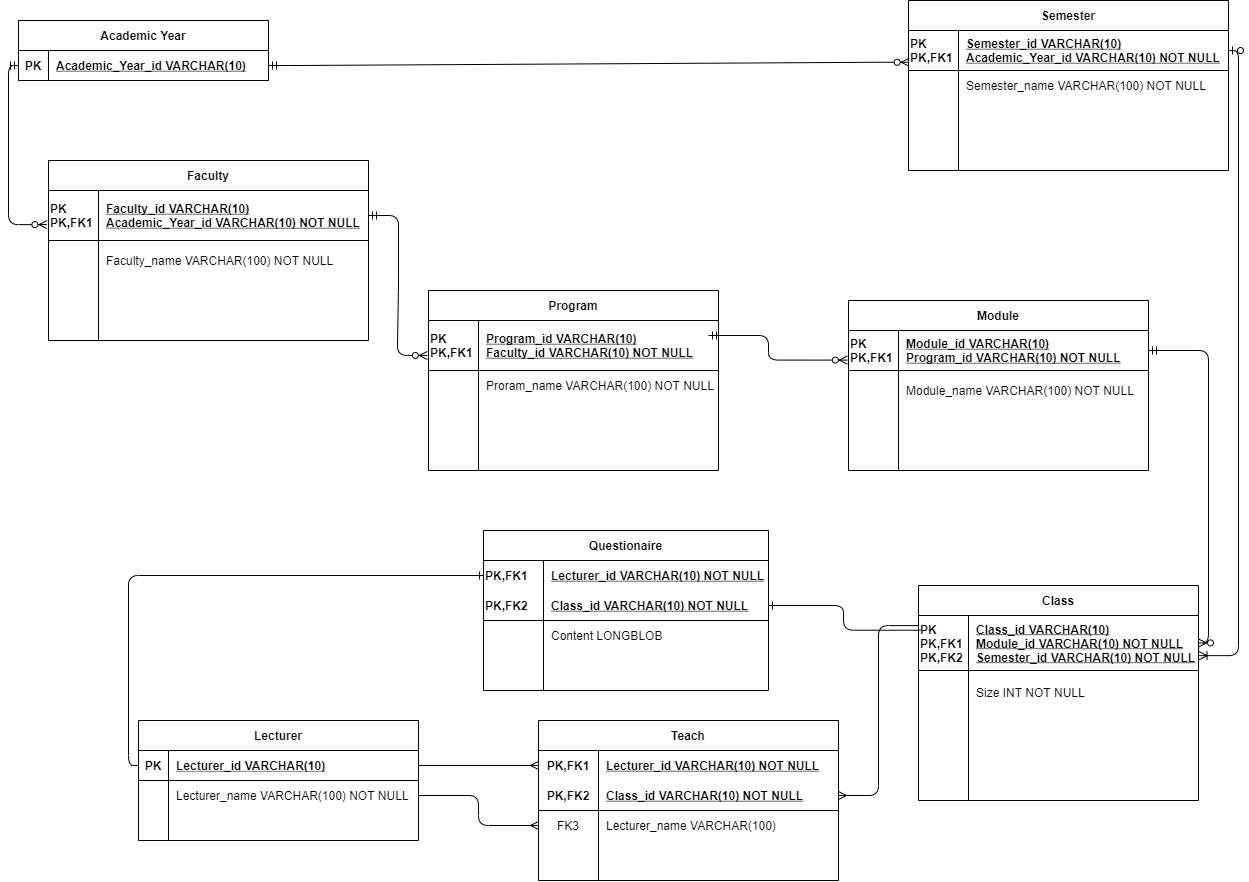
Before: database/RelationalSchema/RelationalSchema.png, a diagram exported from draw.io (QuanTran4139/VGU-Exercise-6). Source tidied: cells renumbered, new cells last; positions are measured from the earlier drawing's top-left corner, leaving out a move shared by most shapes.
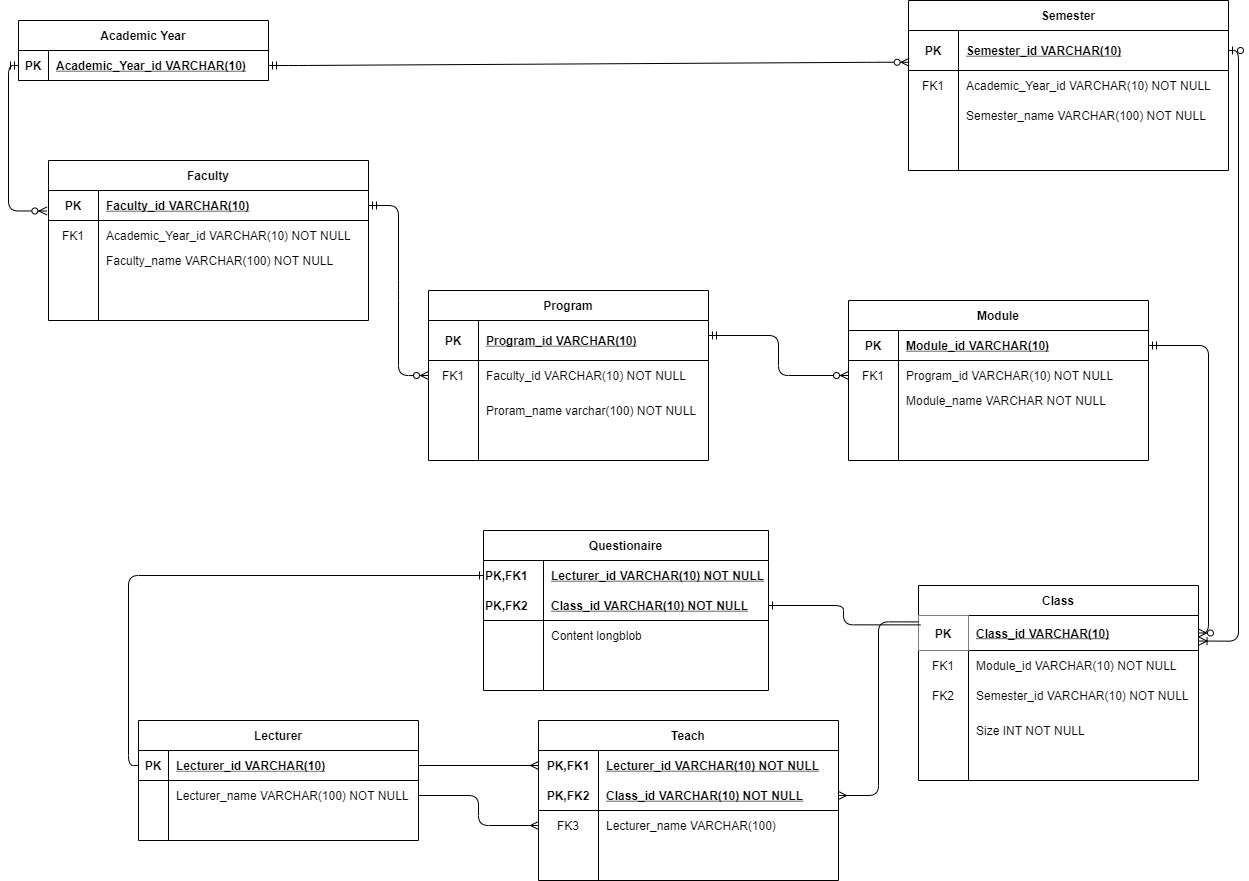
The same diagram one commit later.

Commit message:
UPDATE DatabaseSchema,ERD,RelSchema,test dataset

What changed in the source:
```diff
@@ -17,23 +17,23 @@
     <mxCell id="6" value="Faculty" style="shape=table;startSize=30;rowLines=0;fontStyle=1;align=center;" parent="1" vertex="1">
-      <mxGeometry x="30" y="160" width="320" height="180" as="geometry" />
+      <mxGeometry x="30" y="160" width="320" height="160" as="geometry" />
     </mxCell>
     <mxCell id="7" style="shape=partialRectangle;fillColor=none;points=[[0,0.5],[1,0.5]];portConstraint=eastwest;top=0;left=0;right=0;bottom=1;" parent="6" vertex="1">
-      <mxGeometry y="30" width="320" height="50" as="geometry" />
+      <mxGeometry y="30" width="320" height="30" as="geometry" />
     </mxCell>
-    <mxCell id="8" value="PK&#10;PK,FK1" style="shape=partialRectangle;overflow=hidden;fillColor=none;top=0;left=0;bottom=0;right=0;fontStyle=1;align=left;" parent="7" vertex="1">
-      <mxGeometry width="50" height="50" as="geometry" />
+    <mxCell id="8" value="PK" style="shape=partialRectangle;overflow=hidden;fillColor=none;top=0;left=0;bottom=0;right=0;fontStyle=1;align=center;" parent="7" vertex="1">
+      <mxGeometry width="50" height="30" as="geometry" />
     </mxCell>
-    <mxCell id="9" value="Faculty_id VARCHAR(10)&#10;Academic_Year_id VARCHAR(10) NOT NULL" style="shape=partialRectangle;overflow=hidden;fillColor=none;top=0;left=0;bottom=0;right=0;align=left;spacingLeft=6;fontStyle=5;" parent="7" vertex="1">
-      <mxGeometry x="50" width="270" height="50" as="geometry" />
+    <mxCell id="9" value="Faculty_id VARCHAR(10)" style="shape=partialRectangle;overflow=hidden;fillColor=none;top=0;left=0;bottom=0;right=0;align=left;spacingLeft=6;fontStyle=5;" parent="7" vertex="1">
+      <mxGeometry x="50" width="270" height="30" as="geometry" />
     </mxCell>
     <mxCell id="10" style="shape=partialRectangle;fillColor=none;top=0;left=0;right=0;bottom=0;" parent="6" vertex="1">
-      <mxGeometry y="80" width="320" height="30" as="geometry" />
+      <mxGeometry y="60" width="320" height="30" as="geometry" />
     </mxCell>
-    <mxCell id="11" style="shape=partialRectangle;overflow=hidden;fillColor=none;top=0;left=0;bottom=0;right=0;align=center;" parent="10" vertex="1">
+    <mxCell id="11" value="FK1" style="shape=partialRectangle;overflow=hidden;fillColor=none;top=0;left=0;bottom=0;right=0;align=center;" parent="10" vertex="1">
       <mxGeometry width="50" height="30" as="geometry" />
     </mxCell>
-    <mxCell id="12" style="shape=partialRectangle;overflow=hidden;fillColor=none;top=0;left=0;bottom=0;right=0;align=left;spacingLeft=6;" parent="10" vertex="1">
+    <mxCell id="12" value="Academic_Year_id VARCHAR(10) NOT NULL" style="shape=partialRectangle;overflow=hidden;fillColor=none;top=0;left=0;bottom=0;right=0;align=left;spacingLeft=6;" parent="10" vertex="1">
       <mxGeometry x="50" width="270" height="30" as="geometry" />
     </mxCell>
-    <mxCell id="13" value="Faculty_name VARCHAR(100)&amp;nbsp;NOT NULL" style="text;html=1;align=left;verticalAlign=middle;spacingLeft=6;" parent="1" vertex="1">
+    <mxCell id="13" value="Faculty_name VARCHAR(100) NOT NULL" style="text;html=1;align=left;verticalAlign=middle;spacingLeft=6;" parent="1" vertex="1">
       <mxGeometry x="80" y="250" width="250" height="20" as="geometry" />
@@ -44,26 +44,26 @@
     <mxCell id="15" value="Program" style="shape=table;startSize=30;rowLines=0;fontStyle=1;align=center;" parent="1" vertex="1">
-      <mxGeometry x="410" y="290" width="290" height="180" as="geometry" />
+      <mxGeometry x="410" y="290" width="280" height="170" as="geometry" />
     </mxCell>
     <mxCell id="16" style="shape=partialRectangle;fillColor=none;points=[[0,0.5],[1,0.5]];portConstraint=eastwest;top=0;left=0;right=0;bottom=1;" parent="15" vertex="1">
-      <mxGeometry y="30" width="290" height="50" as="geometry" />
+      <mxGeometry y="30" width="280" height="40" as="geometry" />
     </mxCell>
-    <mxCell id="17" value="PK&#10;PK,FK1" style="shape=partialRectangle;overflow=hidden;fillColor=none;top=0;left=0;bottom=0;right=0;fontStyle=1;align=left;" parent="16" vertex="1">
-      <mxGeometry width="50" height="50" as="geometry" />
+    <mxCell id="17" value="PK" style="shape=partialRectangle;overflow=hidden;fillColor=none;top=0;left=0;bottom=0;right=0;fontStyle=1;align=center;" parent="16" vertex="1">
+      <mxGeometry width="50" height="40" as="geometry" />
     </mxCell>
-    <mxCell id="18" value="Program_id VARCHAR(10)&#10;Faculty_id VARCHAR(10) NOT NULL" style="shape=partialRectangle;overflow=hidden;fillColor=none;top=0;left=0;bottom=0;right=0;align=left;spacingLeft=6;fontStyle=5;" parent="16" vertex="1">
-      <mxGeometry x="50" width="240" height="50" as="geometry" />
+    <mxCell id="18" value="Program_id VARCHAR(10)" style="shape=partialRectangle;overflow=hidden;fillColor=none;top=0;left=0;bottom=0;right=0;align=left;spacingLeft=6;fontStyle=5;" parent="16" vertex="1">
+      <mxGeometry x="50" width="230" height="40" as="geometry" />
     </mxCell>
     <mxCell id="19" style="shape=partialRectangle;fillColor=none;points=[[0,0.5],[1,0.5]];portConstraint=eastwest;top=0;left=0;right=0;bottom=0;" parent="15" vertex="1">
-      <mxGeometry y="80" width="290" height="30" as="geometry" />
+      <mxGeometry y="70" width="280" height="30" as="geometry" />
     </mxCell>
-    <mxCell id="20" style="shape=partialRectangle;overflow=hidden;fillColor=none;top=0;left=0;bottom=0;right=0;" parent="19" vertex="1">
+    <mxCell id="20" value="FK1" style="shape=partialRectangle;overflow=hidden;fillColor=none;top=0;left=0;bottom=0;right=0;" parent="19" vertex="1">
       <mxGeometry width="50" height="30" as="geometry" />
     </mxCell>
-    <mxCell id="21" style="shape=partialRectangle;overflow=hidden;fillColor=none;top=0;left=0;bottom=0;right=0;align=left;spacingLeft=6;" parent="19" vertex="1">
-      <mxGeometry x="50" width="240" height="30" as="geometry" />
+    <mxCell id="21" value="Faculty_id VARCHAR(10) NOT NULL" style="shape=partialRectangle;overflow=hidden;fillColor=none;top=0;left=0;bottom=0;right=0;align=left;spacingLeft=6;" parent="19" vertex="1">
+      <mxGeometry x="50" width="230" height="30" as="geometry" />
     </mxCell>
-    <mxCell id="22" value="Proram_name VARCHAR(100)&amp;nbsp;NOT NULL" style="text;html=1;align=left;verticalAlign=middle;spacingLeft=6;" parent="1" vertex="1">
-      <mxGeometry x="460" y="375" width="250" height="20" as="geometry" />
+    <mxCell id="22" value="Proram_name varchar(100) NOT NULL" style="text;html=1;align=left;verticalAlign=middle;spacingLeft=6;" parent="1" vertex="1">
+      <mxGeometry x="460" y="400" width="230" height="20" as="geometry" />
     </mxCell>
-    <mxCell id="23" style="edgeStyle=entityRelationEdgeStyle;fontSize=12;html=1;endArrow=ERzeroToMany;startArrow=ERmandOne;exitX=1;exitY=0.5;exitDx=0;exitDy=0;entryX=-0.004;entryY=0.699;entryDx=0;entryDy=0;entryPerimeter=0;" parent="1" edge="1" source="7" target="16">
+    <mxCell id="23" style="edgeStyle=entityRelationEdgeStyle;fontSize=12;html=1;endArrow=ERzeroToMany;startArrow=ERmandOne;exitX=1;exitY=0.5;exitDx=0;exitDy=0;entryX=0;entryY=0.5;entryDx=0;entryDy=0;" parent="1" edge="1" source="7" target="19">
       <mxGeometry relative="1" as="geometry" />
@@ -71,26 +71,26 @@
     <mxCell id="24" value="Module" style="shape=table;startSize=30;rowLines=0;fontStyle=1;align=center;" parent="1" vertex="1">
-      <mxGeometry x="830" y="300" width="300" height="170" as="geometry" />
+      <mxGeometry x="830" y="300" width="300" height="160" as="geometry" />
     </mxCell>
     <mxCell id="25" style="shape=partialRectangle;fillColor=none;points=[[0,0.5],[1,0.5]];portConstraint=eastwest;top=0;left=0;right=0;bottom=1;" parent="24" vertex="1">
-      <mxGeometry y="30" width="300" height="40" as="geometry" />
+      <mxGeometry y="30" width="300" height="30" as="geometry" />
     </mxCell>
-    <mxCell id="26" value="PK&#10;PK,FK1" style="shape=partialRectangle;overflow=hidden;fillColor=none;top=0;left=0;bottom=0;right=0;fontStyle=1;align=left;spacingTop=0;" parent="25" vertex="1">
-      <mxGeometry width="50" height="40" as="geometry" />
+    <mxCell id="26" value="PK" style="shape=partialRectangle;overflow=hidden;fillColor=none;top=0;left=0;bottom=0;right=0;fontStyle=1;align=center;spacingTop=0;" parent="25" vertex="1">
+      <mxGeometry width="50" height="30" as="geometry" />
     </mxCell>
-    <mxCell id="27" value="Module_id VARCHAR(10)&#10;Program_id VARCHAR(10) NOT NULL" style="shape=partialRectangle;overflow=hidden;fillColor=none;top=0;left=0;bottom=0;right=0;align=left;spacingLeft=6;fontStyle=5;" parent="25" vertex="1">
-      <mxGeometry x="50" width="250" height="40" as="geometry" />
+    <mxCell id="27" value="Module_id VARCHAR(10)" style="shape=partialRectangle;overflow=hidden;fillColor=none;top=0;left=0;bottom=0;right=0;align=left;spacingLeft=6;fontStyle=5;" parent="25" vertex="1">
+      <mxGeometry x="50" width="250" height="30" as="geometry" />
     </mxCell>
     <mxCell id="28" style="shape=partialRectangle;fillColor=none;points=[[0,0.5],[1,0.5]];portConstraint=eastwest;top=0;left=0;right=0;bottom=0;" parent="24" vertex="1">
-      <mxGeometry y="70" width="300" height="30" as="geometry" />
+      <mxGeometry y="60" width="300" height="30" as="geometry" />
     </mxCell>
-    <mxCell id="29" style="shape=partialRectangle;overflow=hidden;fillColor=none;top=0;left=0;bottom=0;right=0;" parent="28" vertex="1">
+    <mxCell id="29" value="FK1" style="shape=partialRectangle;overflow=hidden;fillColor=none;top=0;left=0;bottom=0;right=0;" parent="28" vertex="1">
       <mxGeometry width="50" height="30" as="geometry" />
     </mxCell>
-    <mxCell id="30" style="shape=partialRectangle;overflow=hidden;fillColor=none;top=0;left=0;bottom=0;right=0;align=left;spacingLeft=6;" parent="28" vertex="1">
+    <mxCell id="30" value="Program_id VARCHAR(10) NOT NULL" style="shape=partialRectangle;overflow=hidden;fillColor=none;top=0;left=0;bottom=0;right=0;align=left;spacingLeft=6;verticalAlign=middle;" parent="28" vertex="1">
       <mxGeometry x="50" width="250" height="30" as="geometry" />
     </mxCell>
-    <mxCell id="31" value="Module_name VARCHAR(100) NOT NULL" style="text;html=1;align=left;verticalAlign=middle;spacingLeft=6;" parent="1" vertex="1">
-      <mxGeometry x="880" y="380" width="250" height="20" as="geometry" />
+    <mxCell id="31" value="Module_name VARCHAR NOT NULL" style="text;html=1;align=left;verticalAlign=middle;spacingLeft=6;" parent="1" vertex="1">
+      <mxGeometry x="880" y="390" width="220" height="20" as="geometry" />
     </mxCell>
-    <mxCell id="32" style="edgeStyle=orthogonalEdgeStyle;fontSize=12;html=1;endArrow=ERzeroToMany;startArrow=ERmandOne;entryX=-0.004;entryY=0.74;entryDx=0;entryDy=0;elbow=vertical;entryPerimeter=0;" parent="1" edge="1" target="25">
+    <mxCell id="32" style="edgeStyle=orthogonalEdgeStyle;fontSize=12;html=1;endArrow=ERzeroToMany;startArrow=ERmandOne;entryX=0;entryY=0.5;entryDx=0;entryDy=0;elbow=vertical;" parent="1" edge="1" target="28">
       <mxGeometry relative="1" as="geometry">
@@ -98,4 +98,4 @@
         <Array as="points">
-          <mxPoint x="750" y="335" />
-          <mxPoint x="750" y="360" />
+          <mxPoint x="760" y="335" />
+          <mxPoint x="760" y="375" />
         </Array>
@@ -104,20 +104,20 @@
     <mxCell id="33" value="Class" style="shape=table;startSize=30;rowLines=0;fontStyle=1;align=center;" parent="1" vertex="1">
-      <mxGeometry x="900" y="585" width="280" height="215" as="geometry" />
+      <mxGeometry x="900" y="585" width="280" height="195" as="geometry" />
     </mxCell>
     <mxCell id="34" style="shape=partialRectangle;fillColor=none;points=[[0,0.5],[1,0.5]];portConstraint=eastwest;top=0;left=0;right=0;bottom=1;" parent="33" vertex="1">
-      <mxGeometry y="30" width="280" height="55" as="geometry" />
+      <mxGeometry y="30" width="280" height="35" as="geometry" />
     </mxCell>
-    <mxCell id="35" value="PK&#10;PK,FK1&#10;PK,FK2" style="shape=partialRectangle;overflow=hidden;fillColor=none;top=0;left=0;bottom=0;right=0;fontStyle=1;align=left;" parent="34" vertex="1">
-      <mxGeometry width="50" height="55" as="geometry" />
+    <mxCell id="35" value="PK" style="shape=partialRectangle;overflow=hidden;top=0;left=0;bottom=0;right=0;fontStyle=1;align=center;" parent="34" vertex="1">
+      <mxGeometry width="50" height="35" as="geometry" />
     </mxCell>
-    <mxCell id="36" value="Class_id VARCHAR(10)&#10;Module_id VARCHAR(10) NOT NULL&#10;Semester_id VARCHAR(10) NOT NULL" style="shape=partialRectangle;overflow=hidden;fillColor=none;top=0;left=0;bottom=0;right=0;align=left;spacingLeft=6;fontStyle=5;" parent="34" vertex="1">
-      <mxGeometry x="50" width="230" height="55" as="geometry" />
+    <mxCell id="36" value="Class_id VARCHAR(10)" style="shape=partialRectangle;overflow=hidden;fillColor=none;top=0;left=0;bottom=0;right=0;align=left;spacingLeft=6;fontStyle=5;" parent="34" vertex="1">
+      <mxGeometry x="50" width="230" height="35" as="geometry" />
     </mxCell>
     <mxCell id="37" style="shape=partialRectangle;fillColor=none;top=0;left=0;right=0;bottom=0;" parent="33" vertex="1">
-      <mxGeometry y="85" width="280" height="30" as="geometry" />
+      <mxGeometry y="65" width="280" height="30" as="geometry" />
     </mxCell>
-    <mxCell id="38" style="shape=partialRectangle;overflow=hidden;fillColor=none;top=0;left=0;bottom=0;right=0;" parent="37" vertex="1">
+    <mxCell id="38" value="FK1" style="shape=partialRectangle;overflow=hidden;fillColor=none;top=0;left=0;bottom=0;right=0;" parent="37" vertex="1">
       <mxGeometry width="50" height="30" as="geometry" />
     </mxCell>
-    <mxCell id="39" style="shape=partialRectangle;overflow=hidden;fillColor=none;top=0;left=0;bottom=0;right=0;align=left;spacingLeft=6;" parent="37" vertex="1">
+    <mxCell id="39" value="Module_id VARCHAR(10) NOT NULL" style="shape=partialRectangle;overflow=hidden;fillColor=none;top=0;left=0;bottom=0;right=0;align=left;spacingLeft=6;" parent="37" vertex="1">
       <mxGeometry x="50" width="230" height="30" as="geometry" />
@@ -125,8 +125,8 @@
     <mxCell id="40" style="shape=partialRectangle;fillColor=none;top=0;left=0;right=0;bottom=0;" parent="33" vertex="1">
-      <mxGeometry y="115" width="280" height="30" as="geometry" />
+      <mxGeometry y="95" width="280" height="30" as="geometry" />
     </mxCell>
-    <mxCell id="41" style="shape=partialRectangle;overflow=hidden;fillColor=none;top=0;left=0;bottom=0;right=0;" parent="40" vertex="1">
+    <mxCell id="41" value="FK2" style="shape=partialRectangle;overflow=hidden;fillColor=none;top=0;left=0;bottom=0;right=0;" parent="40" vertex="1">
       <mxGeometry width="50" height="30" as="geometry" />
     </mxCell>
-    <mxCell id="42" style="shape=partialRectangle;overflow=hidden;fillColor=none;top=0;left=0;bottom=0;right=0;align=left;spacingLeft=6;" parent="40" vertex="1">
+    <mxCell id="42" value="Semester_id VARCHAR(10) NOT NULL" style="shape=partialRectangle;overflow=hidden;fillColor=none;top=0;left=0;bottom=0;right=0;align=left;spacingLeft=6;" parent="40" vertex="1">
       <mxGeometry x="50" width="230" height="30" as="geometry" />
@@ -134,3 +134,3 @@
     <mxCell id="43" value="Size INT NOT NULL" style="text;html=1;align=left;verticalAlign=middle;spacingLeft=6;" parent="1" vertex="1">
-      <mxGeometry x="950" y="682.5" width="130" height="20" as="geometry" />
+      <mxGeometry x="950" y="720" width="130" height="20" as="geometry" />
     </mxCell>
@@ -196,3 +196,3 @@
     </mxCell>
-    <mxCell id="64" value="Lecturer_name VARCHAR(100) NOT NULL" style="shape=partialRectangle;fillColor=none;top=0;left=0;bottom=0;right=0;align=left;spacingLeft=6;overflow=hidden;" parent="62" vertex="1">
+    <mxCell id="64" value="Lecturer_name VARCHAR(100) NOT NULL" style="shape=partialRectangle;fillColor=none;top=0;left=0;bottom=0;right=0;align=left;spacingLeft=6;overflow=hidden;" parent="62" vertex="1">
       <mxGeometry x="30" width="250" height="30" as="geometry" />
@@ -220,10 +220,19 @@
     </mxCell>
-    <mxCell id="72" value="PK&#10;PK,FK1" style="shape=partialRectangle;fillColor=none;top=0;left=0;bottom=0;right=0;fontStyle=1;overflow=hidden;align=left;" parent="71" vertex="1">
+    <mxCell id="72" value="PK" style="shape=partialRectangle;fillColor=none;top=0;left=0;bottom=0;right=0;fontStyle=1;overflow=hidden;align=center;" parent="71" vertex="1">
       <mxGeometry width="50" height="40" as="geometry" />
     </mxCell>
-    <mxCell id="73" value="Semester_id VARCHAR(10)&#10;Academic_Year_id VARCHAR(10) NOT NULL" style="shape=partialRectangle;fillColor=none;top=0;left=0;bottom=0;right=0;align=left;spacingLeft=6;fontStyle=5;overflow=hidden;" parent="71" vertex="1">
+    <mxCell id="73" value="Semester_id VARCHAR(10)" style="shape=partialRectangle;fillColor=none;top=0;left=0;bottom=0;right=0;align=left;spacingLeft=6;fontStyle=5;overflow=hidden;" parent="71" vertex="1">
       <mxGeometry x="50" width="270" height="40" as="geometry" />
     </mxCell>
+    <mxCell id="77" style="shape=partialRectangle;fillColor=none;top=0;left=0;bottom=0;right=0;" parent="70" vertex="1">
+      <mxGeometry y="70" width="320" height="30" as="geometry" />
+    </mxCell>
+    <mxCell id="78" value="FK1" style="shape=partialRectangle;fillColor=none;top=0;left=0;bottom=0;right=0;overflow=hidden;" parent="77" vertex="1">
+      <mxGeometry width="50" height="30" as="geometry" />
+    </mxCell>
+    <mxCell id="79" value="Academic_Year_id VARCHAR(10) NOT NULL" style="shape=partialRectangle;fillColor=none;top=0;left=0;bottom=0;right=0;align=left;spacingLeft=6;overflow=hidden;fontStyle=0;" parent="77" vertex="1">
+      <mxGeometry x="50" width="270" height="30" as="geometry" />
+    </mxCell>
     <mxCell id="74" style="shape=partialRectangle;fillColor=none;top=0;left=0;bottom=0;right=0;" parent="70" vertex="1">
-      <mxGeometry y="70" width="320" height="30" as="geometry" />
+      <mxGeometry y="100" width="320" height="30" as="geometry" />
     </mxCell>
@@ -232,14 +241,5 @@
     </mxCell>
-    <mxCell id="76" value="Semester_name VARCHAR(100) NOT NULL" style="shape=partialRectangle;fillColor=none;top=0;left=0;bottom=0;right=0;align=left;spacingLeft=6;overflow=hidden;" parent="74" vertex="1">
+    <mxCell id="76" value="Semester_name VARCHAR(100) NOT NULL" style="shape=partialRectangle;fillColor=none;top=0;left=0;bottom=0;right=0;align=left;spacingLeft=6;overflow=hidden;" parent="74" vertex="1">
       <mxGeometry x="50" width="270" height="30" as="geometry" />
     </mxCell>
-    <mxCell id="77" style="shape=partialRectangle;fillColor=none;top=0;left=0;bottom=0;right=0;" parent="70" vertex="1">
-      <mxGeometry y="100" width="320" height="30" as="geometry" />
-    </mxCell>
-    <mxCell id="78" style="shape=partialRectangle;fillColor=none;top=0;left=0;bottom=0;right=0;overflow=hidden;" parent="77" vertex="1">
-      <mxGeometry width="50" height="30" as="geometry" />
-    </mxCell>
-    <mxCell id="79" style="shape=partialRectangle;fillColor=none;top=0;left=0;bottom=0;right=0;align=left;spacingLeft=6;overflow=hidden;fontStyle=1;" parent="77" vertex="1">
-      <mxGeometry x="50" width="270" height="30" as="geometry" />
-    </mxCell>
     <mxCell id="80" style="shape=partialRectangle;fillColor=none;top=0;left=0;bottom=0;right=0;" parent="70" vertex="1">
@@ -283,3 +283,3 @@
     </mxCell>
-    <mxCell id="93" value="Content LONGBLOB" style="shape=partialRectangle;fillColor=none;top=0;left=0;bottom=0;right=0;align=left;spacingLeft=6;overflow=hidden;" parent="91" vertex="1">
+    <mxCell id="93" value="Content longblob" style="shape=partialRectangle;fillColor=none;top=0;left=0;bottom=0;right=0;align=left;spacingLeft=6;overflow=hidden;" parent="91" vertex="1">
       <mxGeometry x="60" width="225" height="30" as="geometry" />
```
